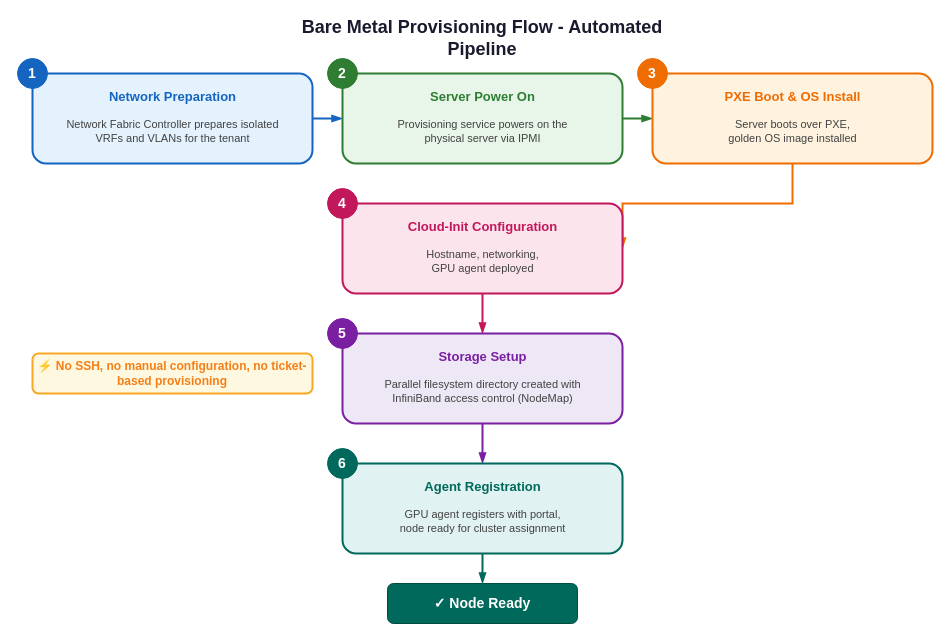
aamir939/Documentation keeps this draw.io diagram as docs/diagrams/bare-metal-provisioning.drawio. Above is the earlier version. Source tidied: cells renumbered, new cells numbered last; positions are measured from the earlier drawing's top-left corner, leaving out a move shared by most shapes. Both pictures are drawn from the tidied source at 100%, with x=0, y=0 at pixel (17, 23).
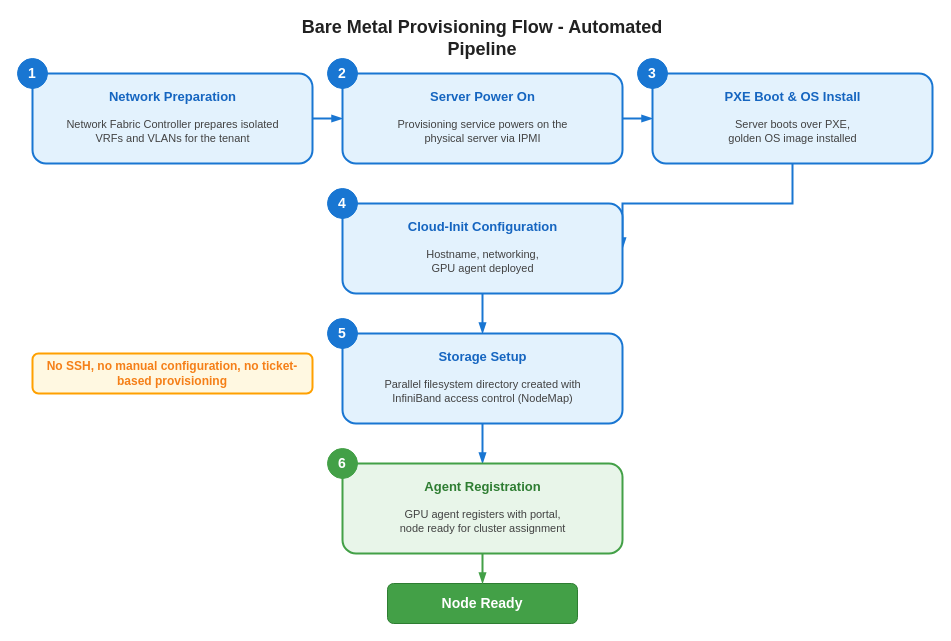
The same page after the edit.

Diff of the diagram source:
```diff
@@
-    <mxCell id="2" value="Bare Metal Provisioning Flow - Automated Pipeline" style="text;html=1;strokeColor=none;fillColor=none;align=center;verticalAlign=middle;whiteSpace=wrap;rounded=0;fontSize=18;fontStyle=1;fontColor=#1a1a2e;" parent="1" vertex="1">
+    <mxCell id="2" value="Bare Metal Provisioning Flow - Automated Pipeline" style="text;html=1;strokeColor=none;fillColor=none;align=center;verticalAlign=middle;whiteSpace=wrap;rounded=0;fontSize=18;fontStyle=1;fontColor=#212121;" parent="1" vertex="1">
       <mxGeometry x="265" width="400" height="30" as="geometry" />
     </mxCell>
-    <mxCell id="3" style="rounded=1;whiteSpace=wrap;html=1;fillColor=#e3f2fd;strokeColor=#1565c0;strokeWidth=2;" parent="1" vertex="1">
+    <mxCell id="3" style="rounded=1;whiteSpace=wrap;html=1;fillColor=#e3f2fd;strokeColor=#1976d2;strokeWidth=2;" parent="1" vertex="1">
       <mxGeometry x="15" y="50" width="280" height="90" as="geometry" />
     </mxCell>
-    <mxCell id="4" value="1" style="ellipse;whiteSpace=wrap;html=1;fillColor=#1565c0;strokeColor=#1565c0;fontColor=#ffffff;fontStyle=1;fontSize=14;" parent="1" vertex="1">
+    <mxCell id="4" value="1" style="ellipse;whiteSpace=wrap;html=1;fillColor=#1976d2;strokeColor=#1976d2;fontColor=#ffffff;fontStyle=1;fontSize=14;" parent="1" vertex="1">
       <mxGeometry y="35" width="30" height="30" as="geometry" />
     </mxCell>
@@
-    <mxCell id="7" style="edgeStyle=orthogonalEdgeStyle;rounded=0;jettySize=auto;html=1;strokeWidth=2;strokeColor=#1565c0;endArrow=blockThin;endFill=1;" parent="1" edge="1" source="3" target="8">
+    <mxCell id="7" style="edgeStyle=orthogonalEdgeStyle;rounded=0;jettySize=auto;html=1;strokeWidth=2;strokeColor=#1976d2;endArrow=blockThin;endFill=1;" parent="1" edge="1" source="3" target="8">
       <mxGeometry relative="1" as="geometry" />
     </mxCell>
-    <mxCell id="8" style="rounded=1;whiteSpace=wrap;html=1;fillColor=#e8f5e9;strokeColor=#2e7d32;strokeWidth=2;" parent="1" vertex="1">
+    <mxCell id="8" style="rounded=1;whiteSpace=wrap;html=1;fillColor=#e3f2fd;strokeColor=#1976d2;strokeWidth=2;" parent="1" vertex="1">
       <mxGeometry x="325" y="50" width="280" height="90" as="geometry" />
     </mxCell>
-    <mxCell id="9" value="2" style="ellipse;whiteSpace=wrap;html=1;fillColor=#2e7d32;strokeColor=#2e7d32;fontColor=#ffffff;fontStyle=1;fontSize=14;" parent="1" vertex="1">
+    <mxCell id="9" value="2" style="ellipse;whiteSpace=wrap;html=1;fillColor=#1976d2;strokeColor=#1976d2;fontColor=#ffffff;fontStyle=1;fontSize=14;" parent="1" vertex="1">
       <mxGeometry x="310" y="35" width="30" height="30" as="geometry" />
     </mxCell>
-    <mxCell id="10" value="Server Power On" style="text;html=1;strokeColor=none;fillColor=none;align=center;verticalAlign=middle;fontStyle=1;fontSize=13;fontColor=#2e7d32;" parent="1" vertex="1">
+    <mxCell id="10" value="Server Power On" style="text;html=1;strokeColor=none;fillColor=none;align=center;verticalAlign=middle;fontStyle=1;fontSize=13;fontColor=#1565c0;" parent="1" vertex="1">
       <mxGeometry x="325" y="60" width="280" height="25" as="geometry" />
     </mxCell>
@@
-    <mxCell id="12" style="edgeStyle=orthogonalEdgeStyle;rounded=0;jettySize=auto;html=1;strokeWidth=2;strokeColor=#2e7d32;endArrow=blockThin;endFill=1;" parent="1" edge="1" source="8" target="13">
+    <mxCell id="12" style="edgeStyle=orthogonalEdgeStyle;rounded=0;jettySize=auto;html=1;strokeWidth=2;strokeColor=#1976d2;endArrow=blockThin;endFill=1;" parent="1" edge="1" source="8" target="13">
       <mxGeometry relative="1" as="geometry" />
     </mxCell>
-    <mxCell id="13" style="rounded=1;whiteSpace=wrap;html=1;fillColor=#fff3e0;strokeColor=#ef6c00;strokeWidth=2;" parent="1" vertex="1">
+    <mxCell id="13" style="rounded=1;whiteSpace=wrap;html=1;fillColor=#e3f2fd;strokeColor=#1976d2;strokeWidth=2;" parent="1" vertex="1">
       <mxGeometry x="635" y="50" width="280" height="90" as="geometry" />
     </mxCell>
-    <mxCell id="14" value="3" style="ellipse;whiteSpace=wrap;html=1;fillColor=#ef6c00;strokeColor=#ef6c00;fontColor=#ffffff;fontStyle=1;fontSize=14;" parent="1" vertex="1">
+    <mxCell id="14" value="3" style="ellipse;whiteSpace=wrap;html=1;fillColor=#1976d2;strokeColor=#1976d2;fontColor=#ffffff;fontStyle=1;fontSize=14;" parent="1" vertex="1">
       <mxGeometry x="620" y="35" width="30" height="30" as="geometry" />
     </mxCell>
-    <mxCell id="15" value="PXE Boot &amp; OS Install" style="text;html=1;strokeColor=none;fillColor=none;align=center;verticalAlign=middle;fontStyle=1;fontSize=13;fontColor=#ef6c00;" parent="1" vertex="1">
+    <mxCell id="15" value="PXE Boot &amp; OS Install" style="text;html=1;strokeColor=none;fillColor=none;align=center;verticalAlign=middle;fontStyle=1;fontSize=13;fontColor=#1565c0;" parent="1" vertex="1">
       <mxGeometry x="635" y="60" width="280" height="25" as="geometry" />
     </mxCell>
@@
-    <mxCell id="17" style="edgeStyle=orthogonalEdgeStyle;rounded=0;jettySize=auto;html=1;strokeWidth=2;strokeColor=#ef6c00;endArrow=blockThin;endFill=1;exitX=0.5;exitY=1;entryX=1;entryY=0.5;" parent="1" edge="1" source="13" target="18">
+    <mxCell id="17" style="edgeStyle=orthogonalEdgeStyle;rounded=0;jettySize=auto;html=1;strokeWidth=2;strokeColor=#1976d2;endArrow=blockThin;endFill=1;exitX=0.5;exitY=1;entryX=1;entryY=0.5;" parent="1" edge="1" source="13" target="18">
       <mxGeometry relative="1" as="geometry">
         <Array as="points">
           <mxPoint x="775" y="180" />
         </Array>
       </mxGeometry>
     </mxCell>
-    <mxCell id="18" style="rounded=1;whiteSpace=wrap;html=1;fillColor=#fce4ec;strokeColor=#c2185b;strokeWidth=2;" parent="1" vertex="1">
+    <mxCell id="18" style="rounded=1;whiteSpace=wrap;html=1;fillColor=#e3f2fd;strokeColor=#1976d2;strokeWidth=2;" parent="1" vertex="1">
       <mxGeometry x="325" y="180" width="280" height="90" as="geometry" />
     </mxCell>
-    <mxCell id="19" value="4" style="ellipse;whiteSpace=wrap;html=1;fillColor=#c2185b;strokeColor=#c2185b;fontColor=#ffffff;fontStyle=1;fontSize=14;" parent="1" vertex="1">
+    <mxCell id="19" value="4" style="ellipse;whiteSpace=wrap;html=1;fillColor=#1976d2;strokeColor=#1976d2;fontColor=#ffffff;fontStyle=1;fontSize=14;" parent="1" vertex="1">
       <mxGeometry x="310" y="165" width="30" height="30" as="geometry" />
     </mxCell>
-    <mxCell id="20" value="Cloud-Init Configuration" style="text;html=1;strokeColor=none;fillColor=none;align=center;verticalAlign=middle;fontStyle=1;fontSize=13;fontColor=#c2185b;" parent="1" vertex="1">
+    <mxCell id="20" value="Cloud-Init Configuration" style="text;html=1;strokeColor=none;fillColor=none;align=center;verticalAlign=middle;fontStyle=1;fontSize=13;fontColor=#1565c0;" parent="1" vertex="1">
       <mxGeometry x="325" y="190" width="280" height="25" as="geometry" />
     </mxCell>
@@
-    <mxCell id="22" style="edgeStyle=orthogonalEdgeStyle;rounded=0;jettySize=auto;html=1;strokeWidth=2;strokeColor=#c2185b;endArrow=blockThin;endFill=1;exitX=0.5;exitY=1;entryX=0.5;entryY=0;" parent="1" edge="1" source="18" target="23">
+    <mxCell id="22" style="edgeStyle=orthogonalEdgeStyle;rounded=0;jettySize=auto;html=1;strokeWidth=2;strokeColor=#1976d2;endArrow=blockThin;endFill=1;exitX=0.5;exitY=1;entryX=0.5;entryY=0;" parent="1" edge="1" source="18" target="23">
       <mxGeometry relative="1" as="geometry" />
     </mxCell>
-    <mxCell id="23" style="rounded=1;whiteSpace=wrap;html=1;fillColor=#ede7f6;strokeColor=#7b1fa2;strokeWidth=2;" parent="1" vertex="1">
+    <mxCell id="23" style="rounded=1;whiteSpace=wrap;html=1;fillColor=#e3f2fd;strokeColor=#1976d2;strokeWidth=2;" parent="1" vertex="1">
       <mxGeometry x="325" y="310" width="280" height="90" as="geometry" />
     </mxCell>
-    <mxCell id="24" value="5" style="ellipse;whiteSpace=wrap;html=1;fillColor=#7b1fa2;strokeColor=#7b1fa2;fontColor=#ffffff;fontStyle=1;fontSize=14;" parent="1" vertex="1">
+    <mxCell id="24" value="5" style="ellipse;whiteSpace=wrap;html=1;fillColor=#1976d2;strokeColor=#1976d2;fontColor=#ffffff;fontStyle=1;fontSize=14;" parent="1" vertex="1">
       <mxGeometry x="310" y="295" width="30" height="30" as="geometry" />
     </mxCell>
-    <mxCell id="25" value="Storage Setup" style="text;html=1;strokeColor=none;fillColor=none;align=center;verticalAlign=middle;fontStyle=1;fontSize=13;fontColor=#7b1fa2;" parent="1" vertex="1">
+    <mxCell id="25" value="Storage Setup" style="text;html=1;strokeColor=none;fillColor=none;align=center;verticalAlign=middle;fontStyle=1;fontSize=13;fontColor=#1565c0;" parent="1" vertex="1">
       <mxGeometry x="325" y="320" width="280" height="25" as="geometry" />
     </mxCell>
@@
-    <mxCell id="27" style="edgeStyle=orthogonalEdgeStyle;rounded=0;jettySize=auto;html=1;strokeWidth=2;strokeColor=#7b1fa2;endArrow=blockThin;endFill=1;exitX=0.5;exitY=1;entryX=0.5;entryY=0;" parent="1" edge="1" source="23" target="28">
+    <mxCell id="27" style="edgeStyle=orthogonalEdgeStyle;rounded=0;jettySize=auto;html=1;strokeWidth=2;strokeColor=#1976d2;endArrow=blockThin;endFill=1;exitX=0.5;exitY=1;entryX=0.5;entryY=0;" parent="1" edge="1" source="23" target="28">
       <mxGeometry relative="1" as="geometry" />
     </mxCell>
-    <mxCell id="28" style="rounded=1;whiteSpace=wrap;html=1;fillColor=#e0f2f1;strokeColor=#00695c;strokeWidth=2;" parent="1" vertex="1">
+    <mxCell id="28" style="rounded=1;whiteSpace=wrap;html=1;fillColor=#e8f5e9;strokeColor=#43a047;strokeWidth=2;" parent="1" vertex="1">
       <mxGeometry x="325" y="440" width="280" height="90" as="geometry" />
     </mxCell>
-    <mxCell id="29" value="6" style="ellipse;whiteSpace=wrap;html=1;fillColor=#00695c;strokeColor=#00695c;fontColor=#ffffff;fontStyle=1;fontSize=14;" parent="1" vertex="1">
+    <mxCell id="29" value="6" style="ellipse;whiteSpace=wrap;html=1;fillColor=#43a047;strokeColor=#43a047;fontColor=#ffffff;fontStyle=1;fontSize=14;" parent="1" vertex="1">
       <mxGeometry x="310" y="425" width="30" height="30" as="geometry" />
     </mxCell>
-    <mxCell id="30" value="Agent Registration" style="text;html=1;strokeColor=none;fillColor=none;align=center;verticalAlign=middle;fontStyle=1;fontSize=13;fontColor=#00695c;" parent="1" vertex="1">
+    <mxCell id="30" value="Agent Registration" style="text;html=1;strokeColor=none;fillColor=none;align=center;verticalAlign=middle;fontStyle=1;fontSize=13;fontColor=#2e7d32;" parent="1" vertex="1">
       <mxGeometry x="325" y="450" width="280" height="25" as="geometry" />
     </mxCell>
@@
-    <mxCell id="32" value="✓ Node Ready" style="rounded=1;whiteSpace=wrap;html=1;fillColor=#00695c;strokeColor=#004d40;fontColor=#ffffff;fontStyle=1;fontSize=14;" parent="1" vertex="1">
+    <mxCell id="32" value="Node Ready" style="rounded=1;whiteSpace=wrap;html=1;fillColor=#43a047;strokeColor=#2e7d32;fontColor=#ffffff;fontStyle=1;fontSize=14;" parent="1" vertex="1">
       <mxGeometry x="370" y="560" width="190" height="40" as="geometry" />
     </mxCell>
-    <mxCell id="33" style="edgeStyle=orthogonalEdgeStyle;rounded=0;jettySize=auto;html=1;strokeWidth=2;strokeColor=#00695c;endArrow=blockThin;endFill=1;" parent="1" edge="1" source="28" target="32">
+    <mxCell id="33" style="edgeStyle=orthogonalEdgeStyle;rounded=0;jettySize=auto;html=1;strokeWidth=2;strokeColor=#43a047;endArrow=blockThin;endFill=1;" parent="1" edge="1" source="28" target="32">
       <mxGeometry relative="1" as="geometry" />
     </mxCell>
-    <mxCell id="34" value="⚡ No SSH, no manual configuration, no ticket-based provisioning" style="rounded=1;whiteSpace=wrap;html=1;fillColor=#fff8e1;strokeColor=#f9a825;strokeWidth=2;fontSize=12;fontStyle=1;fontColor=#f57f17;" parent="1" vertex="1">
+    <mxCell id="34" value="No SSH, no manual configuration, no ticket-based provisioning" style="rounded=1;whiteSpace=wrap;html=1;fillColor=#fff8e1;strokeColor=#ffa000;strokeWidth=2;fontSize=12;fontStyle=1;fontColor=#f57f17;" parent="1" vertex="1">
       <mxGeometry x="15" y="330" width="280" height="40" as="geometry" />
     </mxCell>
```
